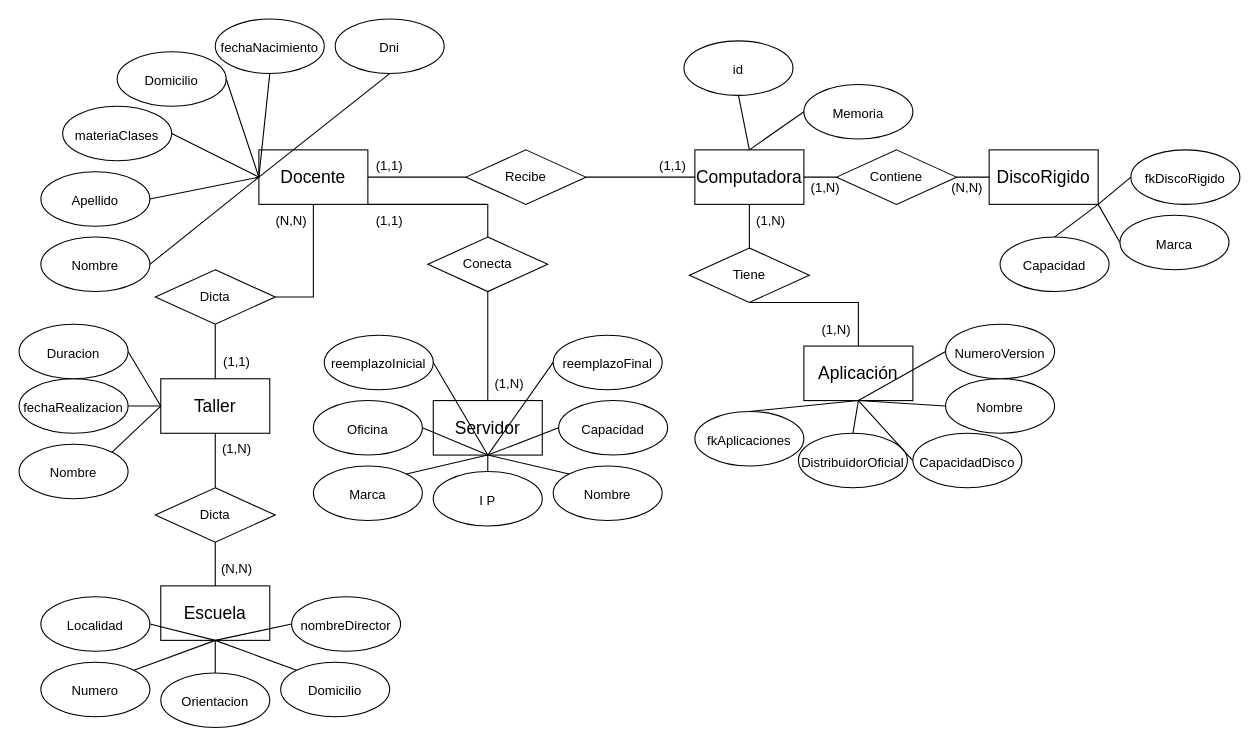
Before: conceptualCI.drawio in ignacind/TPO-bd1, a draw.io diagram. Source tidied: cells renumbered, new cells numbered last; positions are measured from the earlier drawing's top-left corner, leaving out a move shared by most shapes. Both pictures are drawn from the tidied source at 109%, with x=0, y=0 at pixel (19, 19).
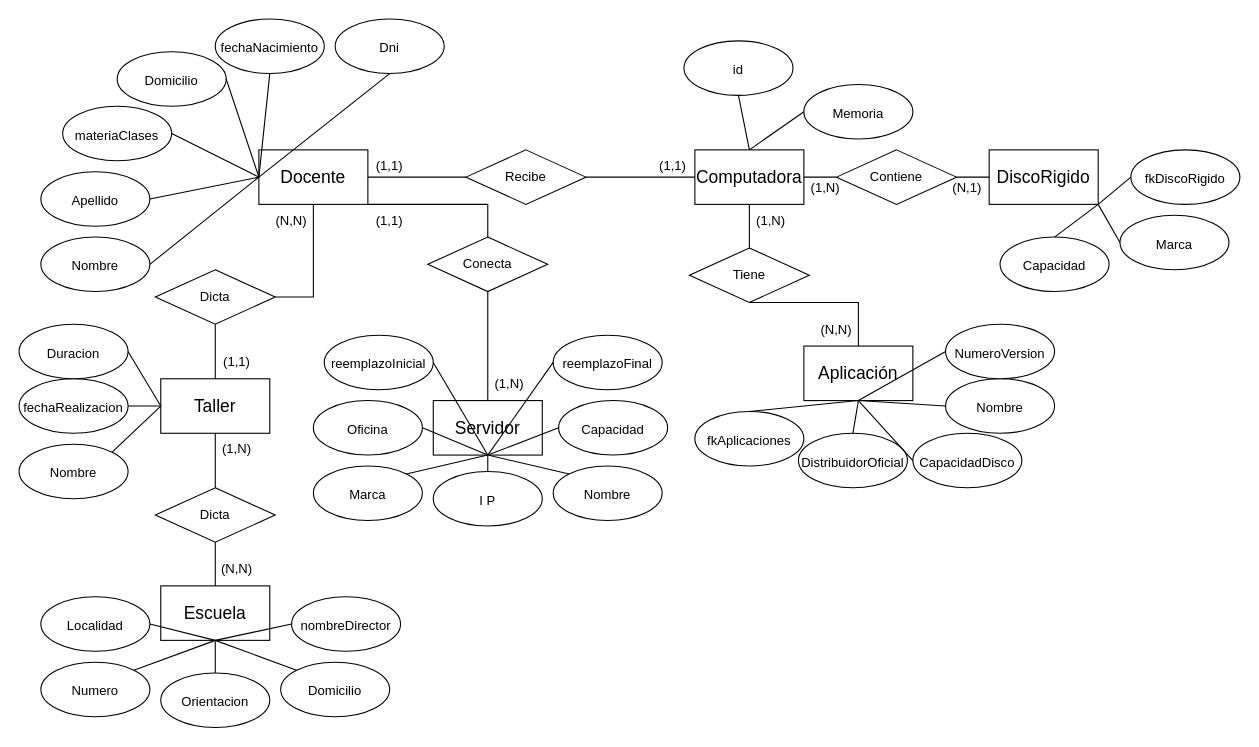
The same diagram, later.

Change to the diagram source:
```diff
@@
-    <mxCell id="94" value="(N,N)" style="text;html=1;strokeColor=none;fillColor=none;align=center;verticalAlign=middle;whiteSpace=wrap;rounded=0;" parent="1" vertex="1">
+    <mxCell id="94" value="(N,1)" style="text;html=1;strokeColor=none;fillColor=none;align=center;verticalAlign=middle;whiteSpace=wrap;rounded=0;" parent="1" vertex="1">
       <mxGeometry x="840" y="140" width="60" height="30" as="geometry" />
     </mxCell>
@@
-    <mxCell id="97" value="(1,N)" style="text;html=1;strokeColor=none;fillColor=none;align=center;verticalAlign=middle;whiteSpace=wrap;rounded=0;" parent="1" vertex="1">
+    <mxCell id="97" value="(N,N)" style="text;html=1;strokeColor=none;fillColor=none;align=center;verticalAlign=middle;whiteSpace=wrap;rounded=0;" parent="1" vertex="1">
       <mxGeometry x="720" y="270" width="60" height="30" as="geometry" />
     </mxCell>
```
